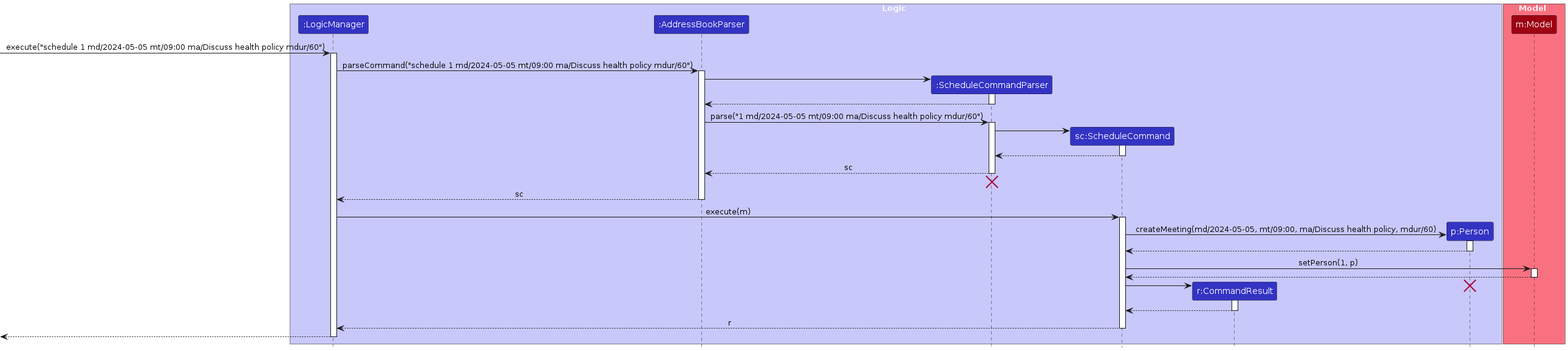
Before: diagrams/ScheduleSequenceDiagram.png, a diagram exported from PlantUML (AY2324S2-CS2103T-T13-3/tp). Its source is kept beside it as diagrams/ScheduleSequenceDiagram.puml.
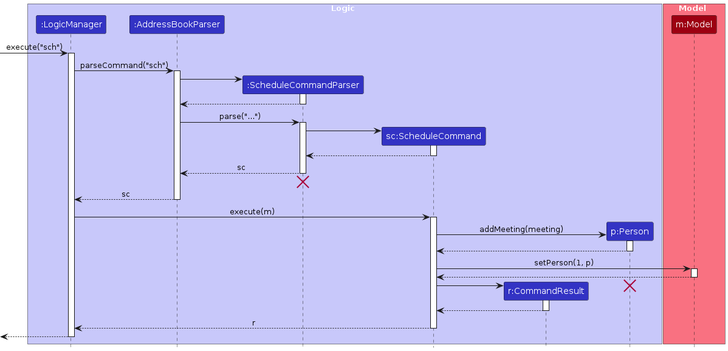
After the change.

The edit, as a diff of the source:
```diff
@@ -15,10 +15,10 @@
 participant "m:Model" as Model MODEL_COLOR
 end box
 
-[-> LogicManager : execute("schedule 1 md/2024-05-05 mt/09:00 ma/Discuss health policy mdur/60")
+[-> LogicManager : execute("sch")
 activate LogicManager
 
-LogicManager -> AddressBookParser : parseCommand("schedule 1 md/2024-05-05 mt/09:00 ma/Discuss health policy mdur/60")
+LogicManager -> AddressBookParser : parseCommand("sch")
 activate AddressBookParser
 
 create ScheduleCommandParser
@@ -28,7 +28,7 @@
 ScheduleCommandParser --> AddressBookParser
 deactivate ScheduleCommandParser
 
-AddressBookParser -> ScheduleCommandParser : parse("1 md/2024-05-05 mt/09:00 ma/Discuss health policy mdur/60")
+AddressBookParser -> ScheduleCommandParser : parse("...")
 activate ScheduleCommandParser
 
 create ScheduleCommand
@@ -50,7 +50,7 @@
 activate ScheduleCommand
 
 create Person
-ScheduleCommand -> Person : createMeeting(md/2024-05-05, mt/09:00, ma/Discuss health policy, mdur/60)
+ScheduleCommand -> Person : addMeeting(meeting)
 activate Person
 
 Person --> ScheduleCommand :
```
